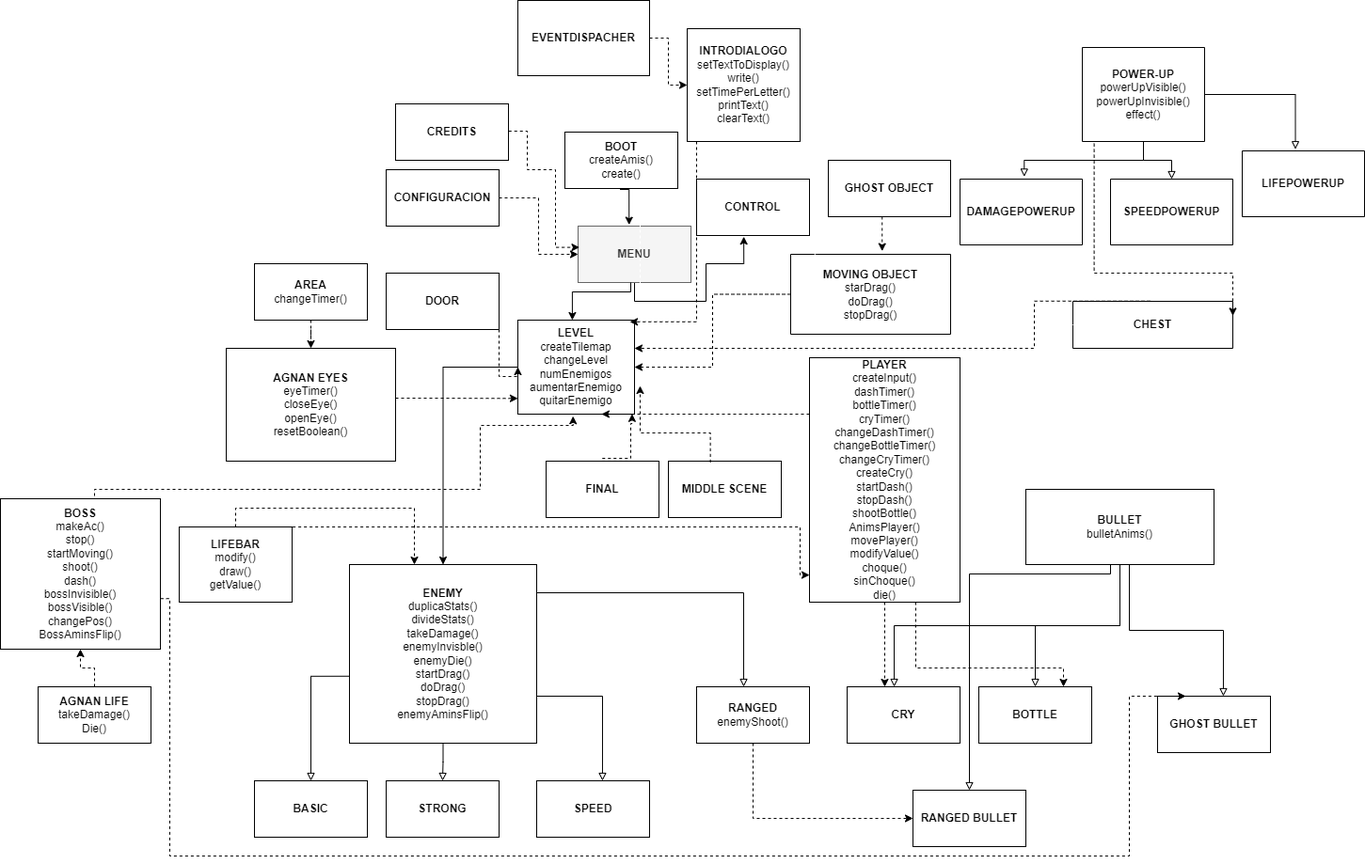
The draw.io diagram UML/umlFinal.png in admont02/PVLI22-23_GRUPO01, before a commit. Source tidied: cells renumbered, new cells last; positions are measured from the earlier drawing's top-left corner, leaving out a move shared by most shapes.
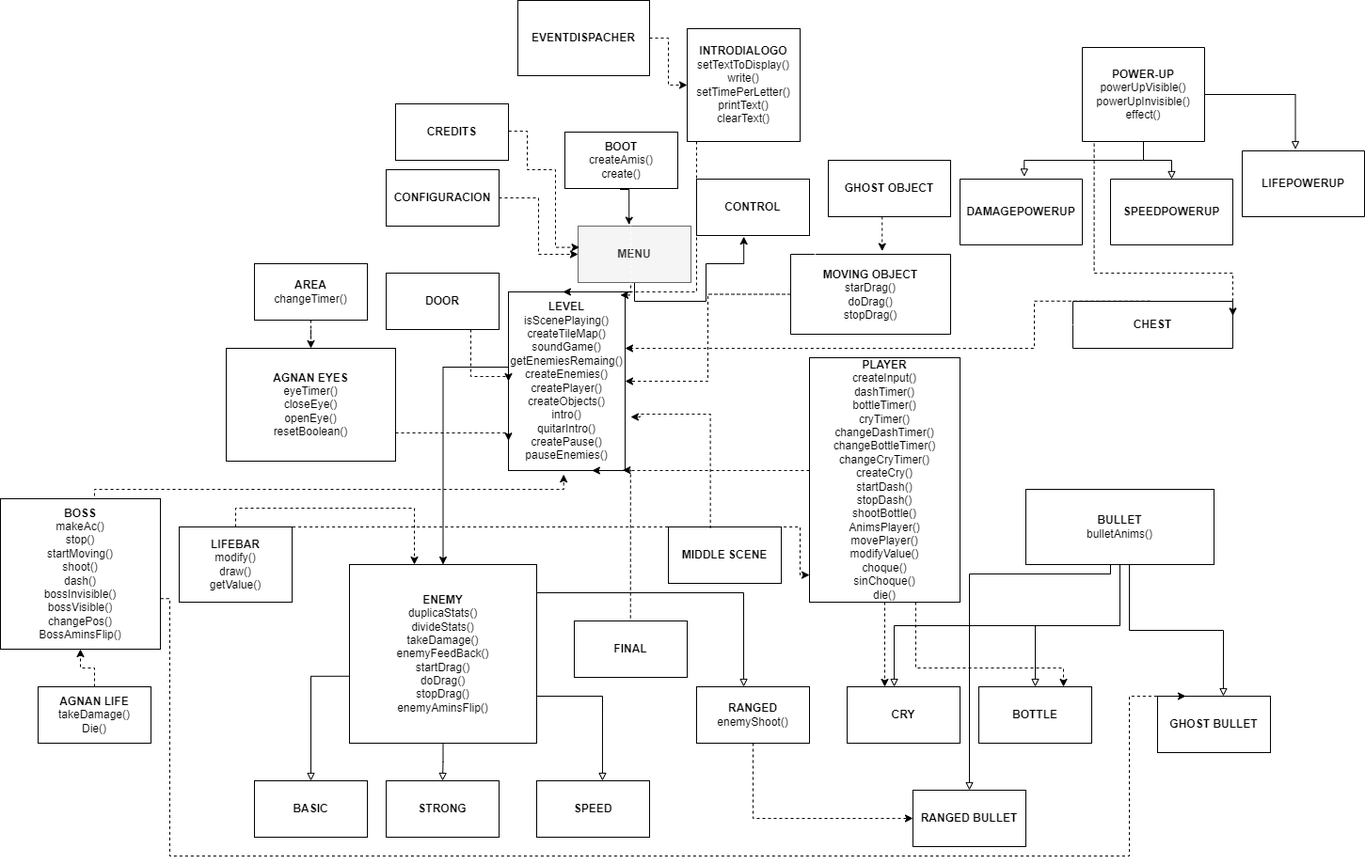
The same diagram one commit later.

Commit message:
UML actualizado

Change to the diagram source:
```diff
@@ -15,14 +15,14 @@
     <mxCell id="3" value="&lt;b&gt;MENU&lt;/b&gt;" style="rounded=0;whiteSpace=wrap;html=1;fillColor=#f5f5f5;fontColor=#333333;strokeColor=#666666;" parent="1" vertex="1">
       <mxGeometry x="614" y="240" width="120" height="60" as="geometry" />
     </mxCell>
-    <mxCell id="4" value="&lt;b&gt;LEVEL&lt;/b&gt;&lt;br&gt;createTilemap&lt;br&gt;changeLevel&lt;br&gt;numEnemigos&lt;br&gt;aumentarEnemigo&lt;br&gt;quitarEnemigo" style="rounded=0;whiteSpace=wrap;html=1;" parent="1" vertex="1">
-      <mxGeometry x="550" y="340" width="124" height="100" as="geometry" />
+    <mxCell id="4" value="&lt;b&gt;LEVEL&lt;/b&gt;&lt;br&gt;isScenePlaying()&lt;br&gt;createTileMap()&lt;br&gt;soundGame()&lt;br&gt;getEnemiesRemaing()&lt;br&gt;createEnemies()&lt;br&gt;createPlayer()&lt;br&gt;createObjects()&lt;br&gt;intro()&lt;br&gt;quitarIntro()&lt;br&gt;createPause()&lt;br&gt;pauseEnemies()" style="rounded=0;whiteSpace=wrap;html=1;" parent="1" vertex="1">
+      <mxGeometry x="540" y="310" width="124" height="190" as="geometry" />
     </mxCell>
     <mxCell id="5" style="edgeStyle=orthogonalEdgeStyle;rounded=0;jettySize=auto;html=1;entryX=0.717;entryY=1;entryDx=0;entryDy=0;entryPerimeter=0;dashed=1;" parent="1" edge="1" source="7" target="4">
       <mxGeometry relative="1" as="geometry">
         <Array as="points">
-          <mxPoint x="790" y="440" />
-          <mxPoint x="790" y="440" />
+          <mxPoint x="710" y="500" />
+          <mxPoint x="710" y="500" />
         </Array>
       </mxGeometry>
     </mxCell>
@@ -40,8 +40,7 @@
     <mxCell id="8" style="edgeStyle=orthogonalEdgeStyle;rounded=0;jettySize=auto;html=1;entryX=0;entryY=0.833;entryDx=0;entryDy=0;entryPerimeter=0;dashed=1;" parent="1" edge="1" source="9" target="4">
       <mxGeometry relative="1" as="geometry">
         <Array as="points">
-          <mxPoint x="450" y="423" />
-          <mxPoint x="450" y="423" />
+          <mxPoint x="540" y="460" />
         </Array>
       </mxGeometry>
     </mxCell>
@@ -51,7 +50,7 @@
     <mxCell id="10" style="edgeStyle=orthogonalEdgeStyle;rounded=0;jettySize=auto;html=1;endArrow=block;endFill=0;" parent="1" edge="1" source="11" target="13">
       <mxGeometry relative="1" as="geometry" />
     </mxCell>
-    <mxCell id="11" value="&lt;b&gt;ENEMY&lt;/b&gt;&lt;br&gt;duplicaStats()&lt;br&gt;divideStats()&lt;br&gt;takeDamage()&lt;br&gt;enemyInvisble()&lt;br&gt;enemyDie()&lt;br&gt;startDrag()&lt;br&gt;doDrag()&lt;br&gt;stopDrag()&lt;br&gt;enemyAminsFlip()" style="rounded=0;whiteSpace=wrap;html=1;" parent="1" vertex="1">
+    <mxCell id="11" value="&lt;b&gt;ENEMY&lt;/b&gt;&lt;br&gt;duplicaStats()&lt;br&gt;divideStats()&lt;br&gt;takeDamage()&lt;br&gt;enemyFeedBack()&lt;br&gt;startDrag()&lt;br&gt;doDrag()&lt;br&gt;stopDrag()&lt;br&gt;enemyAminsFlip()" style="rounded=0;whiteSpace=wrap;html=1;" parent="1" vertex="1">
       <mxGeometry x="371" y="600" width="199" height="190" as="geometry" />
     </mxCell>
     <mxCell id="12" value="&lt;b&gt;BASIC&lt;/b&gt;" style="rounded=0;whiteSpace=wrap;html=1;" parent="1" vertex="1">
@@ -104,7 +103,8 @@
     <mxCell id="26" style="edgeStyle=orthogonalEdgeStyle;rounded=0;jettySize=auto;html=1;entryX=0;entryY=0.5;entryDx=0;entryDy=0;entryPerimeter=0;dashed=1;" parent="1" edge="1" source="27" target="4">
       <mxGeometry relative="1" as="geometry">
         <Array as="points">
-          <mxPoint x="530" y="400" />
+          <mxPoint x="500" y="400" />
+          <mxPoint x="540" y="400" />
         </Array>
       </mxGeometry>
     </mxCell>
@@ -216,8 +216,7 @@
         <Array as="points">
           <mxPoint x="100" y="530" />
           <mxPoint x="100" y="520" />
-          <mxPoint x="510" y="520" />
-          <mxPoint x="510" y="452" />
+          <mxPoint x="599" y="520" />
         </Array>
       </mxGeometry>
     </mxCell>
@@ -301,32 +300,33 @@
       <mxGeometry x="420" y="110" width="120" height="60" as="geometry" />
     </mxCell>
     <mxCell id="68" value="&lt;b&gt;FINAL&lt;/b&gt;" style="rounded=0;whiteSpace=wrap;html=1;" parent="1" vertex="1">
-      <mxGeometry x="580" y="490" width="120" height="60" as="geometry" />
+      <mxGeometry x="610" y="660" width="120" height="60" as="geometry" />
     </mxCell>
     <mxCell id="69" value="&lt;b&gt;MIDDLE SCENE&lt;/b&gt;" style="rounded=0;whiteSpace=wrap;html=1;" parent="1" vertex="1">
-      <mxGeometry x="710" y="490" width="120" height="60" as="geometry" />
+      <mxGeometry x="710" y="560" width="120" height="60" as="geometry" />
     </mxCell>
     <mxCell id="70" style="edgeStyle=orthogonalEdgeStyle;rounded=0;jettySize=auto;html=1;entryX=0.979;entryY=0.998;entryDx=0;entryDy=0;entryPerimeter=0;dashed=1;endArrow=classic;endFill=1;exitX=0.498;exitY=-0.05;exitDx=0;exitDy=0;exitPerimeter=0;" parent="1" edge="1" source="68" target="4">
       <mxGeometry relative="1" as="geometry">
         <Array as="points">
-          <mxPoint x="670" y="487" />
-          <mxPoint x="670" y="450" />
-          <mxPoint x="671" y="450" />
+          <mxPoint x="670" y="500" />
         </Array>
       </mxGeometry>
     </mxCell>
     <mxCell id="71" style="edgeStyle=orthogonalEdgeStyle;rounded=0;jettySize=auto;html=1;entryX=1.048;entryY=0.7;entryDx=0;entryDy=0;entryPerimeter=0;dashed=1;endArrow=classic;endFill=1;exitX=0.372;exitY=0.023;exitDx=0;exitDy=0;exitPerimeter=0;" parent="1" edge="1" source="69" target="4">
       <mxGeometry relative="1" as="geometry">
         <Array as="points">
-          <mxPoint x="755" y="460" />
-          <mxPoint x="680" y="460" />
+          <mxPoint x="755" y="440" />
+          <mxPoint x="680" y="440" />
+          <mxPoint x="680" y="443" />
         </Array>
       </mxGeometry>
     </mxCell>
     <mxCell id="72" style="edgeStyle=orthogonalEdgeStyle;rounded=0;jettySize=auto;html=1;entryX=0.96;entryY=0.018;entryDx=0;entryDy=0;entryPerimeter=0;dashed=1;" parent="1" edge="1" source="73" target="4">
       <mxGeometry relative="1" as="geometry">
         <Array as="points">
-          <mxPoint x="740" y="342" />
+          <mxPoint x="740" y="310" />
+          <mxPoint x="670" y="310" />
+          <mxPoint x="670" y="313" />
         </Array>
       </mxGeometry>
     </mxCell>
```
